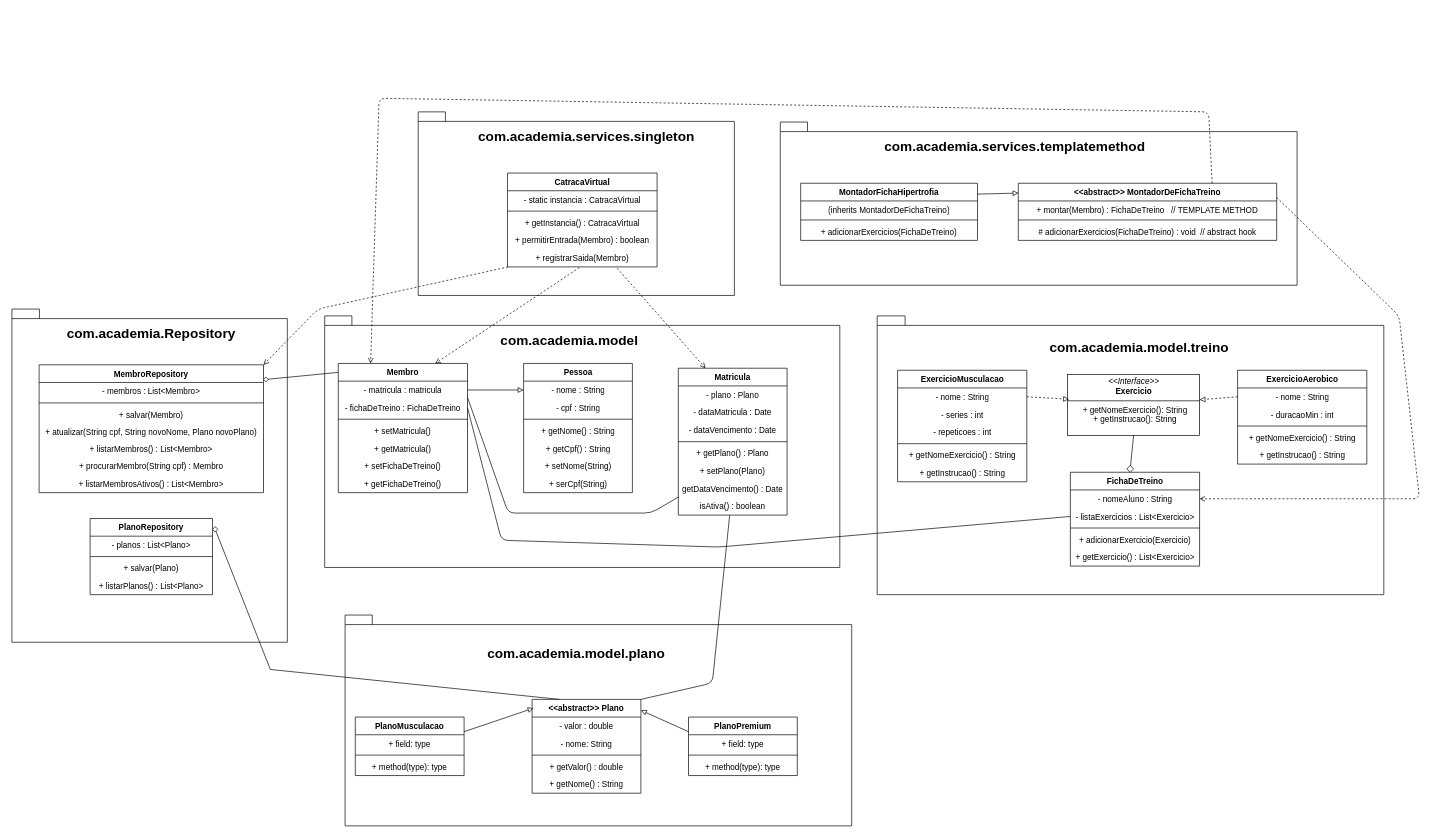
Earlier version of the draw.io diagram page "Página-1" (1 of 2) of uml_diagrama.drawio (name-All4n/projeto_final_POO). Source tidied: cells renumbered, new cells numbered last; positions are measured from the earlier drawing's top-left corner, leaving out a move shared by most shapes. Both pictures are drawn from the tidied source at 68%, with x=0, y=0 at pixel (12, 98).
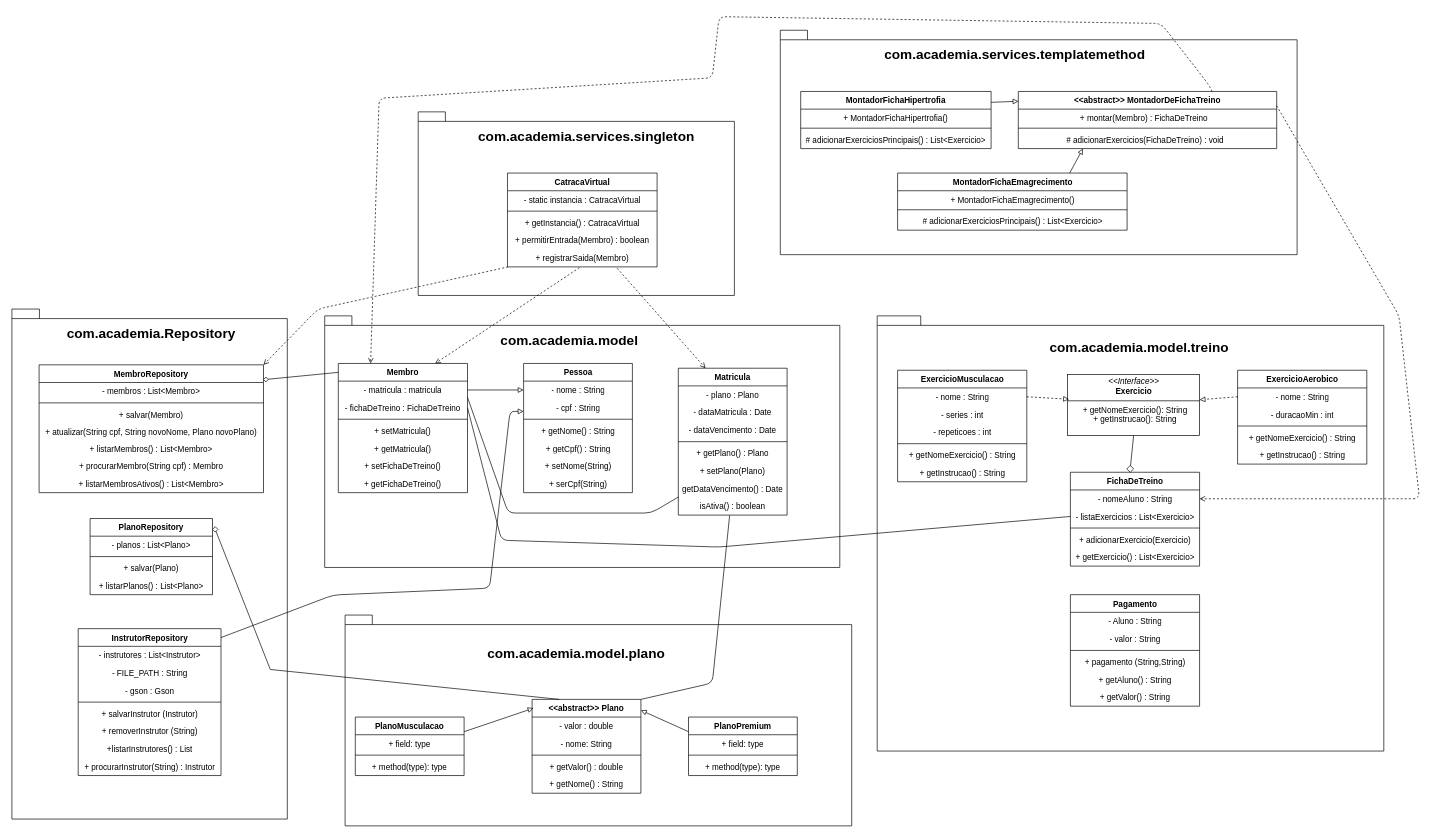
The same diagram, later.

The change refers to these unchanged cells:
```xml
<mxCell id="5" value="Membro" style="swimlane;fontStyle=1;align=center;verticalAlign=top;horizontal=1;startSize=26;whiteSpace=wrap;html=1;" parent="1" vertex="1">
  <mxGeometry x="480" y="390" width="190" height="190" as="geometry" />
</mxCell>
```

Diff of the diagram source:
```diff
@@
     <mxCell id="46" style="shape=folder;fontStyle=1;spacingTop=10;tabWidth=40;tabHeight=14;tabPosition=left;html=1;whiteSpace=wrap;align=left;" parent="1" vertex="1">
-      <mxGeometry x="1272.5" y="320" width="745" height="410" as="geometry" />
+      <mxGeometry x="1272.5" y="320" width="745" height="640" as="geometry" />
     </mxCell>
@@
     <mxCell id="68" style="shape=folder;fontStyle=1;spacingTop=10;tabWidth=40;tabHeight=14;tabPosition=left;html=1;whiteSpace=wrap;align=left;" parent="1" vertex="1">
-      <mxGeometry y="310" width="405" height="490" as="geometry" />
+      <mxGeometry y="310" width="405" height="750" as="geometry" />
     </mxCell>
@@
     <mxCell id="83" style="shape=folder;fontStyle=1;spacingTop=10;tabWidth=40;tabHeight=14;tabPosition=left;html=1;whiteSpace=wrap;align=left;" parent="1" vertex="1">
-      <mxGeometry x="1130" y="35" width="760" height="240" as="geometry" />
+      <mxGeometry x="1130" y="-100" width="760" height="330" as="geometry" />
     </mxCell>
@@
     <mxCell id="86" value="&lt;b&gt;com.academia.services.templatemethod&lt;/b&gt;" style="text;html=1;align=center;verticalAlign=middle;whiteSpace=wrap;rounded=0;fontSize=20;" parent="1" vertex="1">
-      <mxGeometry x="1420" y="35" width="110" height="70" as="geometry" />
+      <mxGeometry x="1420" y="-100" width="110" height="70" as="geometry" />
     </mxCell>
     <mxCell id="87" value="&lt;div&gt;&lt;font color=&quot;#000000&quot;&gt;MontadorFichaHipertrofia&lt;/font&gt;&lt;/div&gt;&lt;div&gt;&lt;br&gt;&lt;/div&gt;" style="swimlane;fontStyle=1;align=center;verticalAlign=top;horizontal=1;startSize=26;whiteSpace=wrap;html=1;" parent="1" vertex="1">
-      <mxGeometry x="1160" y="125" width="260" height="84" as="geometry" />
+      <mxGeometry x="1160" y="-10" width="280" height="84" as="geometry" />
     </mxCell>
-    <mxCell id="88" value="&lt;div&gt;&lt;div&gt;&lt;font color=&quot;#000000&quot;&gt;(inherits MontadorDeFichaTreino)&lt;/font&gt;&lt;/div&gt;&lt;/div&gt;&lt;div&gt;&lt;br&gt;&lt;/div&gt;" style="text;strokeColor=none;fillColor=none;align=center;verticalAlign=top;spacingLeft=4;spacingRight=4;overflow=hidden;whiteSpace=wrap;html=1;" parent="87" vertex="1">
-      <mxGeometry y="26" width="260" height="24" as="geometry" />
+    <mxCell id="88" value="&lt;div&gt;&lt;div&gt;&lt;div style=&quot;scrollbar-color: rgb(226, 226, 226) rgb(251, 251, 251);&quot;&gt;&lt;div style=&quot;scrollbar-color: rgb(226, 226, 226) rgb(251, 251, 251);&quot;&gt;&lt;div style=&quot;scrollbar-color: rgb(226, 226, 226) rgb(251, 251, 251);&quot;&gt;&lt;font style=&quot;scrollbar-color: rgb(226, 226, 226) rgb(251, 251, 251); color: rgb(0, 0, 0);&quot;&gt;+ MontadorFichaHipertrofia()&lt;/font&gt;&lt;/div&gt;&lt;/div&gt;&lt;/div&gt;&lt;div style=&quot;color: rgb(63, 63, 63); scrollbar-color: rgb(226, 226, 226) rgb(251, 251, 251);&quot;&gt;&lt;br style=&quot;color: rgb(63, 63, 63); scrollbar-color: rgb(226, 226, 226) rgb(251, 251, 251);&quot;&gt;&lt;/div&gt;&lt;/div&gt;&lt;/div&gt;" style="text;strokeColor=none;fillColor=none;align=center;verticalAlign=top;spacingLeft=4;spacingRight=4;overflow=hidden;whiteSpace=wrap;html=1;" parent="87" vertex="1">
+      <mxGeometry y="26" width="280" height="24" as="geometry" />
     </mxCell>
     <mxCell id="89" style="line;strokeWidth=1;fillColor=none;align=left;verticalAlign=middle;spacingTop=-1;spacingLeft=3;spacingRight=3;labelPosition=right;strokeColor=inherit;" parent="87" vertex="1">
-      <mxGeometry y="50" width="260" height="8" as="geometry" />
+      <mxGeometry y="50" width="280" height="8" as="geometry" />
     </mxCell>
-    <mxCell id="90" value="&lt;div&gt;&lt;div&gt;&lt;font color=&quot;#000000&quot;&gt;+ adicionarExercicios(FichaDeTreino)&lt;/font&gt;&lt;/div&gt;&lt;/div&gt;&lt;div&gt;&lt;br&gt;&lt;/div&gt;" style="text;strokeColor=none;fillColor=none;align=center;verticalAlign=top;spacingLeft=4;spacingRight=4;overflow=hidden;whiteSpace=wrap;html=1;" parent="87" vertex="1">
-      <mxGeometry y="58" width="260" height="26" as="geometry" />
+    <mxCell id="90" value="&lt;div&gt;&lt;div&gt;&lt;div style=&quot;scrollbar-color: rgb(226, 226, 226) rgb(251, 251, 251);&quot;&gt;&lt;div style=&quot;scrollbar-color: rgb(226, 226, 226) rgb(251, 251, 251);&quot;&gt;&lt;div style=&quot;scrollbar-color: rgb(226, 226, 226) rgb(251, 251, 251);&quot;&gt;&lt;font style=&quot;scrollbar-color: rgb(226, 226, 226) rgb(251, 251, 251); color: rgb(0, 0, 0);&quot;&gt;# adicionarExerciciosPrincipais() : List&amp;lt;Exercicio&amp;gt;&lt;/font&gt;&lt;/div&gt;&lt;/div&gt;&lt;/div&gt;&lt;div style=&quot;color: rgb(63, 63, 63); scrollbar-color: rgb(226, 226, 226) rgb(251, 251, 251);&quot;&gt;&lt;br style=&quot;color: rgb(63, 63, 63); scrollbar-color: rgb(226, 226, 226) rgb(251, 251, 251);&quot;&gt;&lt;/div&gt;&lt;/div&gt;&lt;/div&gt;" style="text;strokeColor=none;fillColor=none;align=center;verticalAlign=top;spacingLeft=4;spacingRight=4;overflow=hidden;whiteSpace=wrap;html=1;" parent="87" vertex="1">
+      <mxGeometry y="58" width="280" height="26" as="geometry" />
     </mxCell>
     <mxCell id="91" value="&amp;lt;&amp;lt;abstract&amp;gt;&amp;gt; MontadorDeFichaTreino" style="swimlane;fontStyle=1;align=center;verticalAlign=top;horizontal=1;startSize=26;whiteSpace=wrap;html=1;" parent="1" vertex="1">
-      <mxGeometry x="1480" y="125" width="380" height="84" as="geometry" />
+      <mxGeometry x="1480" y="-10" width="380" height="84" as="geometry" />
     </mxCell>
-    <mxCell id="92" value="&lt;div&gt;&lt;font color=&quot;#000000&quot;&gt;+ montar(Membro) : FichaDeTreino&amp;nbsp; &amp;nbsp;// TEMPLATE METHOD&lt;/font&gt;&lt;/div&gt;&lt;div&gt;&lt;br&gt;&lt;/div&gt;" style="text;strokeColor=none;fillColor=none;align=center;verticalAlign=top;spacingLeft=4;spacingRight=4;overflow=hidden;whiteSpace=wrap;html=1;" parent="91" vertex="1">
+    <mxCell id="92" value="&lt;div&gt;&lt;font color=&quot;#000000&quot;&gt;+ montar(Membro) : FichaDeTreino&amp;nbsp; &amp;nbsp;&lt;/font&gt;&lt;/div&gt;&lt;div&gt;&lt;br&gt;&lt;/div&gt;" style="text;strokeColor=none;fillColor=none;align=center;verticalAlign=top;spacingLeft=4;spacingRight=4;overflow=hidden;whiteSpace=wrap;html=1;" parent="91" vertex="1">
       <mxGeometry y="26" width="380" height="24" as="geometry" />
     </mxCell>
@@
-    <mxCell id="94" value="&lt;div&gt;&lt;font color=&quot;#000000&quot;&gt;# adicionarExercicios(FichaDeTreino) : void&amp;nbsp; // abstract hook&lt;/font&gt;&lt;/div&gt;&lt;div&gt;&lt;br&gt;&lt;/div&gt;" style="text;strokeColor=none;fillColor=none;align=center;verticalAlign=top;spacingLeft=4;spacingRight=4;overflow=hidden;whiteSpace=wrap;html=1;" parent="91" vertex="1">
+    <mxCell id="94" value="&lt;div&gt;&lt;font color=&quot;#000000&quot;&gt;# adicionarExercicios(FichaDeTreino) : void&amp;nbsp;&amp;nbsp;&lt;/font&gt;&lt;/div&gt;" style="text;strokeColor=none;fillColor=none;align=center;verticalAlign=top;spacingLeft=4;spacingRight=4;overflow=hidden;whiteSpace=wrap;html=1;" parent="91" vertex="1">
       <mxGeometry y="58" width="380" height="26" as="geometry" />
     </mxCell>
@@
     <mxCell id="119" style="html=1;verticalAlign=bottom;labelBackgroundColor=none;endArrow=open;endFill=0;dashed=1;exitX=0.75;exitY=0;exitDx=0;exitDy=0;entryX=0.25;entryY=0;entryDx=0;entryDy=0;" parent="1" edge="1" source="91" target="5">
       <mxGeometry relative="1" as="geometry">
         <Array as="points">
-          <mxPoint x="1760" y="20" />
+          <mxPoint x="1760" y="-20" />
+          <mxPoint x="1690" y="-110" />
+          <mxPoint x="1040" y="-120" />
+          <mxPoint x="1030" y="-30" />
           <mxPoint x="540" />
         </Array>
       </mxGeometry>
     </mxCell>
@@
+    <mxCell id="121" value="InstrutorRepository" style="swimlane;fontStyle=1;align=center;verticalAlign=top;horizontal=1;startSize=26;whiteSpace=wrap;html=1;" parent="1" vertex="1">
+      <mxGeometry x="97.5" y="780" width="210" height="216" as="geometry" />
+    </mxCell>
+    <mxCell id="122" value="- instrutores : List&amp;lt;Instrutor&amp;gt;" style="text;strokeColor=none;fillColor=none;align=center;verticalAlign=top;spacingLeft=4;spacingRight=4;overflow=hidden;whiteSpace=wrap;html=1;" parent="121" vertex="1">
+      <mxGeometry y="26" width="210" height="26" as="geometry" />
+    </mxCell>
+    <mxCell id="123" value="- FILE_PATH : String" style="text;strokeColor=none;fillColor=none;align=center;verticalAlign=top;spacingLeft=4;spacingRight=4;overflow=hidden;whiteSpace=wrap;html=1;" parent="121" vertex="1">
+      <mxGeometry y="52" width="210" height="26" as="geometry" />
+    </mxCell>
+    <mxCell id="124" value="- gson : Gson" style="text;strokeColor=none;fillColor=none;align=center;verticalAlign=top;spacingLeft=4;spacingRight=4;overflow=hidden;whiteSpace=wrap;html=1;" parent="121" vertex="1">
+      <mxGeometry y="78" width="210" height="26" as="geometry" />
+    </mxCell>
+    <mxCell id="125" style="line;strokeWidth=1;fillColor=none;align=left;verticalAlign=middle;spacingTop=-1;spacingLeft=3;spacingRight=3;labelPosition=right;strokeColor=inherit;" parent="121" vertex="1">
+      <mxGeometry y="104" width="210" height="8" as="geometry" />
+    </mxCell>
+    <mxCell id="126" value="+ salvarInstrutor (Instrutor)" style="text;strokeColor=none;fillColor=none;align=center;verticalAlign=top;spacingLeft=4;spacingRight=4;overflow=hidden;whiteSpace=wrap;html=1;" parent="121" vertex="1">
+      <mxGeometry y="112" width="210" height="26" as="geometry" />
+    </mxCell>
+    <mxCell id="127" value="+ removerInstrutor (String)" style="text;strokeColor=none;fillColor=none;align=center;verticalAlign=top;spacingLeft=4;spacingRight=4;overflow=hidden;whiteSpace=wrap;html=1;" parent="121" vertex="1">
+      <mxGeometry y="138" width="210" height="26" as="geometry" />
+    </mxCell>
+    <mxCell id="128" value="+listarInstrutores() : List" style="text;strokeColor=none;fillColor=none;align=center;verticalAlign=top;spacingLeft=4;spacingRight=4;overflow=hidden;whiteSpace=wrap;html=1;" parent="121" vertex="1">
+      <mxGeometry y="164" width="210" height="26" as="geometry" />
+    </mxCell>
+    <mxCell id="129" value="+ procurarInstrutor(String) : Instrutor" style="text;strokeColor=none;fillColor=none;align=center;verticalAlign=top;spacingLeft=4;spacingRight=4;overflow=hidden;whiteSpace=wrap;html=1;" parent="121" vertex="1">
+      <mxGeometry y="190" width="210" height="26" as="geometry" />
+    </mxCell>
+    <mxCell id="130" style="edgeStyle=none;html=1;exitX=0.75;exitY=0;exitDx=0;exitDy=0;entryX=0.25;entryY=1;entryDx=0;entryDy=0;endArrow=block;endFill=0;" parent="1" edge="1" source="131" target="91">
+      <mxGeometry relative="1" as="geometry" />
+    </mxCell>
+    <mxCell id="131" value="&lt;div&gt;&lt;font color=&quot;#000000&quot;&gt;MontadorFichaEmagrecimento&lt;/font&gt;&lt;/div&gt;&lt;div&gt;&lt;br&gt;&lt;/div&gt;" style="swimlane;fontStyle=1;align=center;verticalAlign=top;horizontal=1;startSize=26;whiteSpace=wrap;html=1;" parent="1" vertex="1">
+      <mxGeometry x="1302.5" y="110" width="337.5" height="84" as="geometry" />
+    </mxCell>
+    <mxCell id="132" value="&lt;div&gt;&lt;div&gt;&lt;div&gt;&lt;font color=&quot;#000000&quot;&gt;+ MontadorFichaEmagrecimento()&lt;/font&gt;&lt;/div&gt;&lt;/div&gt;&lt;/div&gt;&lt;div&gt;&lt;br&gt;&lt;/div&gt;" style="text;strokeColor=none;fillColor=none;align=center;verticalAlign=top;spacingLeft=4;spacingRight=4;overflow=hidden;whiteSpace=wrap;html=1;" parent="131" vertex="1">
+      <mxGeometry y="26" width="337.5" height="24" as="geometry" />
+    </mxCell>
+    <mxCell id="133" style="line;strokeWidth=1;fillColor=none;align=left;verticalAlign=middle;spacingTop=-1;spacingLeft=3;spacingRight=3;labelPosition=right;strokeColor=inherit;" parent="131" vertex="1">
+      <mxGeometry y="50" width="337.5" height="8" as="geometry" />
+    </mxCell>
+    <mxCell id="134" value="&lt;div&gt;&lt;div&gt;&lt;div&gt;&lt;font color=&quot;#000000&quot;&gt;# adicionarExerciciosPrincipais() : List&amp;lt;Exercicio&amp;gt;&lt;/font&gt;&lt;/div&gt;&lt;/div&gt;&lt;/div&gt;&lt;div&gt;&lt;br&gt;&lt;/div&gt;" style="text;strokeColor=none;fillColor=none;align=center;verticalAlign=top;spacingLeft=4;spacingRight=4;overflow=hidden;whiteSpace=wrap;html=1;" parent="131" vertex="1">
+      <mxGeometry y="58" width="337.5" height="26" as="geometry" />
+    </mxCell>
+    <mxCell id="135" value="&lt;div style=&quot;scrollbar-color: rgb(226, 226, 226) rgb(251, 251, 251);&quot;&gt;&lt;div style=&quot;scrollbar-color: rgb(226, 226, 226) rgb(251, 251, 251);&quot;&gt;&lt;font style=&quot;color: rgb(0, 0, 0);&quot;&gt;Pagamento&lt;/font&gt;&lt;/div&gt;&lt;/div&gt;" style="swimlane;fontStyle=1;align=center;verticalAlign=top;horizontal=1;startSize=26;whiteSpace=wrap;html=1;" parent="1" vertex="1">
+      <mxGeometry x="1556.6" y="730" width="190" height="164" as="geometry" />
+    </mxCell>
+    <mxCell id="136" value="&lt;div&gt;&lt;font color=&quot;#000000&quot;&gt;- Aluno : String&lt;/font&gt;&lt;/div&gt;" style="text;strokeColor=none;fillColor=none;align=center;verticalAlign=top;spacingLeft=4;spacingRight=4;overflow=hidden;whiteSpace=wrap;html=1;" parent="135" vertex="1">
+      <mxGeometry y="26" width="190" height="26" as="geometry" />
+    </mxCell>
+    <mxCell id="137" value="&lt;div&gt;&lt;div&gt;&lt;font color=&quot;#000000&quot;&gt;- valor : String&lt;/font&gt;&lt;/div&gt;&lt;/div&gt;" style="text;strokeColor=none;fillColor=none;align=center;verticalAlign=top;spacingLeft=4;spacingRight=4;overflow=hidden;whiteSpace=wrap;html=1;" parent="135" vertex="1">
+      <mxGeometry y="52" width="190" height="26" as="geometry" />
+    </mxCell>
+    <mxCell id="138" style="line;strokeWidth=1;fillColor=none;align=left;verticalAlign=middle;spacingTop=-1;spacingLeft=3;spacingRight=3;labelPosition=right;strokeColor=inherit;" parent="135" vertex="1">
+      <mxGeometry y="78" width="190" height="8" as="geometry" />
+    </mxCell>
+    <mxCell id="139" value="+ pagamento (String,String)" style="text;strokeColor=none;fillColor=none;align=center;verticalAlign=top;spacingLeft=4;spacingRight=4;overflow=hidden;whiteSpace=wrap;html=1;" parent="135" vertex="1">
+      <mxGeometry y="86" width="190" height="26" as="geometry" />
+    </mxCell>
+    <mxCell id="140" value="&lt;div&gt;&lt;font color=&quot;#000000&quot;&gt;+ getAluno() : String&lt;/font&gt;&lt;/div&gt;" style="text;strokeColor=none;fillColor=none;align=center;verticalAlign=top;spacingLeft=4;spacingRight=4;overflow=hidden;whiteSpace=wrap;html=1;" parent="135" vertex="1">
+      <mxGeometry y="112" width="190" height="26" as="geometry" />
+    </mxCell>
+    <mxCell id="141" value="&lt;div&gt;&lt;font color=&quot;#000000&quot;&gt;+ getValor() : String&lt;/font&gt;&lt;/div&gt;" style="text;strokeColor=none;fillColor=none;align=center;verticalAlign=top;spacingLeft=4;spacingRight=4;overflow=hidden;whiteSpace=wrap;html=1;" parent="135" vertex="1">
+      <mxGeometry y="138" width="190" height="26" as="geometry" />
+    </mxCell>
+    <mxCell id="142" style="edgeStyle=none;html=1;horizontal=1;endArrow=block;endFill=0;exitX=0.999;exitY=0.061;exitDx=0;exitDy=0;exitPerimeter=0;" parent="1" edge="1" source="121">
+      <mxGeometry relative="1" as="geometry">
+        <mxPoint x="752.5" y="460.5" as="targetPoint" />
+        <Array as="points">
+          <mxPoint x="472.5" y="730.5" />
+          <mxPoint x="702.5" y="720.5" />
+          <mxPoint x="732.5" y="460.5" />
+        </Array>
+      </mxGeometry>
+    </mxCell>
```
